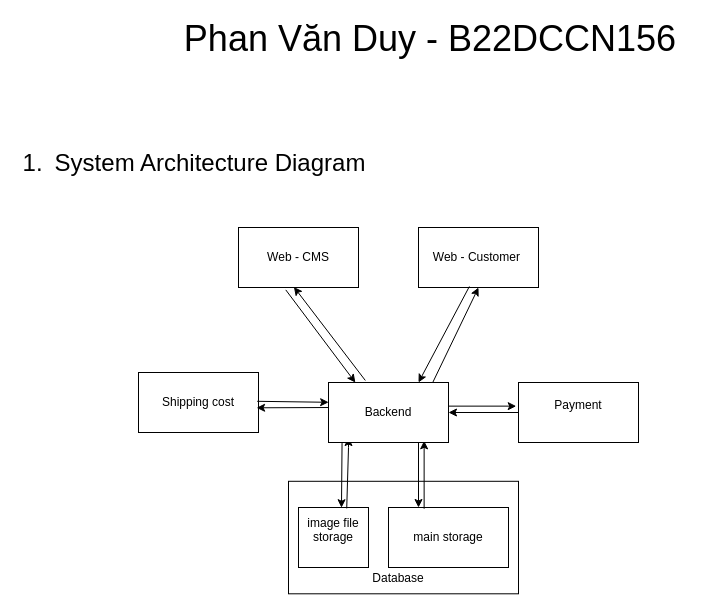
PhanDuy23/clothing-web keeps this draw.io diagram as page "system architecture" (1 of 12) of frontend/public/diagrams/diagram.drawio. Above is the earlier version. Source tidied: cells renumbered, new cells numbered last; positions are measured from the earlier drawing's top-left corner, leaving out a move shared by most shapes. Both pictures are drawn from the tidied source at 100%, with x=0, y=0 at pixel (17, 23).
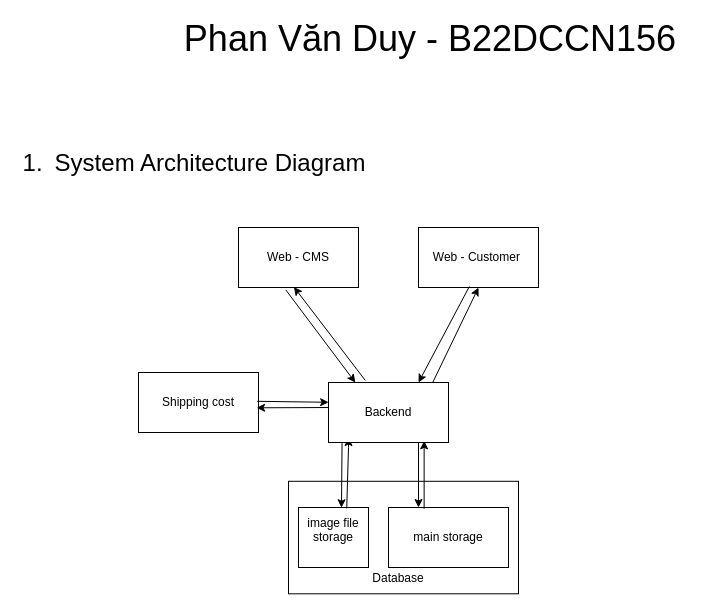
The same page after the edit.

Unchanged cells that the change refers to:
```xml
<mxCell id="22" value="Backend" style="rounded=0;whiteSpace=wrap;html=1;" parent="1" vertex="1">
  <mxGeometry x="311" y="359" width="120" height="60" as="geometry" />
</mxCell>
```

Diff of the diagram source:
```diff
@@
-    <mxCell id="15" value="Payment&lt;div&gt;&lt;br&gt;&lt;/div&gt;" style="rounded=0;whiteSpace=wrap;html=1;" parent="1" vertex="1">
-      <mxGeometry x="501" y="359" width="120" height="60" as="geometry" />
-    </mxCell>
-    <mxCell id="16" style="endArrow=classic;html=1;rounded=0;exitX=1.002;exitY=0.394;exitDx=0;exitDy=0;exitPerimeter=0;entryX=-0.019;entryY=0.394;entryDx=0;entryDy=0;entryPerimeter=0;" parent="1" edge="1" source="22" target="15">
-      <mxGeometry relative="1" as="geometry" />
-    </mxCell>
-    <mxCell id="17" style="endArrow=classic;html=1;rounded=0;entryX=1;entryY=0.5;entryDx=0;entryDy=0;exitX=0;exitY=0.5;exitDx=0;exitDy=0;" parent="1" edge="1" source="15" target="22">
-      <mxGeometry relative="1" as="geometry" />
-    </mxCell>
```
